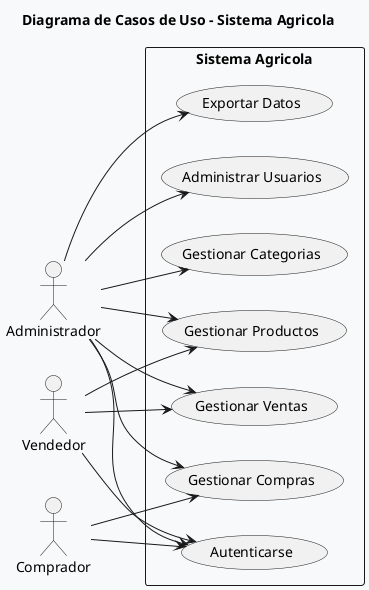
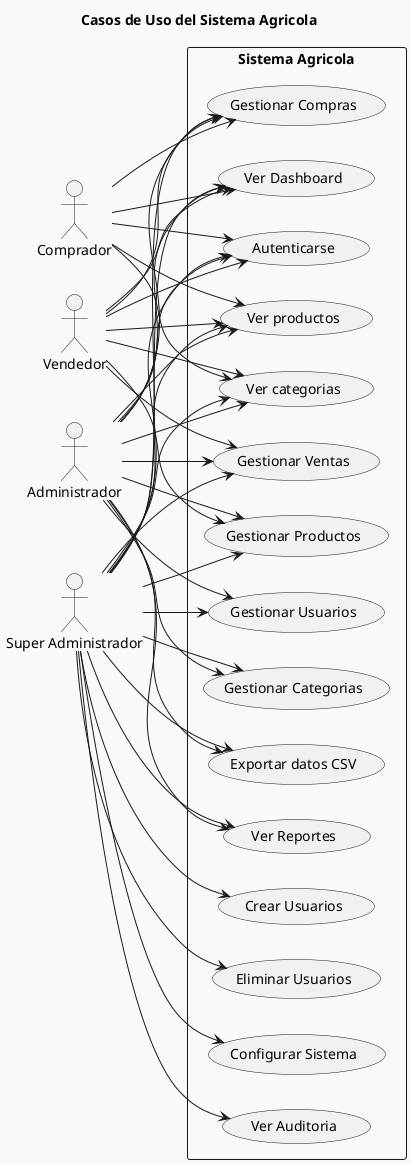
@startuml
- title Diagrama de Casos de Uso - Sistema Agricola
+ title Casos de Uso del Sistema Agricola
skinparam defaultFontSize 14
skinparam backgroundColor #F8F9FA

left to right direction

+ actor "Comprador" as comprador
+ actor "Vendedor" as vendedor
actor "Administrador" as admin
- actor "Vendedor" as vendedor
- actor "Comprador" as comprador
+ actor "Super Administrador" as superadmin

rectangle "Sistema Agricola" {
-   usecase "Gestionar Productos" as UC1
-   usecase "Gestionar Categorias" as UC2
+   usecase "Ver productos" as UC1
+   usecase "Ver categorias" as UC2
  usecase "Gestionar Compras" as UC3
-   usecase "Gestionar Ventas" as UC4
-   usecase "Exportar Datos" as UC5
-   usecase "Administrar Usuarios" as UC6
-   usecase "Autenticarse" as UC7
+   usecase "Gestionar Productos" as UC4
+   usecase "Gestionar Ventas" as UC5
+   usecase "Gestionar Categorias" as UC6
+   usecase "Exportar datos CSV" as UC7
+   usecase "Ver Reportes" as UC8
+   usecase "Gestionar Usuarios" as UC9
+   usecase "Ver Dashboard" as UC10
+   usecase "Configurar Sistema" as UC11
+   usecase "Ver Auditoria" as UC12
+   usecase "Crear Usuarios" as UC13
+   usecase "Eliminar Usuarios" as UC14
+   usecase "Autenticarse" as UC15
}
+ 
+ comprador --> UC1
+ comprador --> UC2
+ comprador --> UC3
+ comprador --> UC10
+ comprador --> UC15
+ 
+ vendedor --> UC1
+ vendedor --> UC2
+ vendedor --> UC3
+ vendedor --> UC4
+ vendedor --> UC5
+ vendedor --> UC10
+ vendedor --> UC15

admin --> UC1
admin --> UC2
admin --> UC3
admin --> UC4
admin --> UC5
admin --> UC6
admin --> UC7
+ admin --> UC8
+ admin --> UC9
+ admin --> UC10
+ admin --> UC15

- vendedor --> UC1
- vendedor --> UC4
- vendedor --> UC7
- 
- comprador --> UC3
- comprador --> UC7
+ superadmin --> UC1
+ superadmin --> UC2
+ superadmin --> UC3
+ superadmin --> UC4
+ superadmin --> UC5
+ superadmin --> UC6
+ superadmin --> UC7
+ superadmin --> UC8
+ superadmin --> UC9
+ superadmin --> UC10
+ superadmin --> UC11
+ superadmin --> UC12
+ superadmin --> UC13
+ superadmin --> UC14
+ superadmin --> UC15

@enduml
